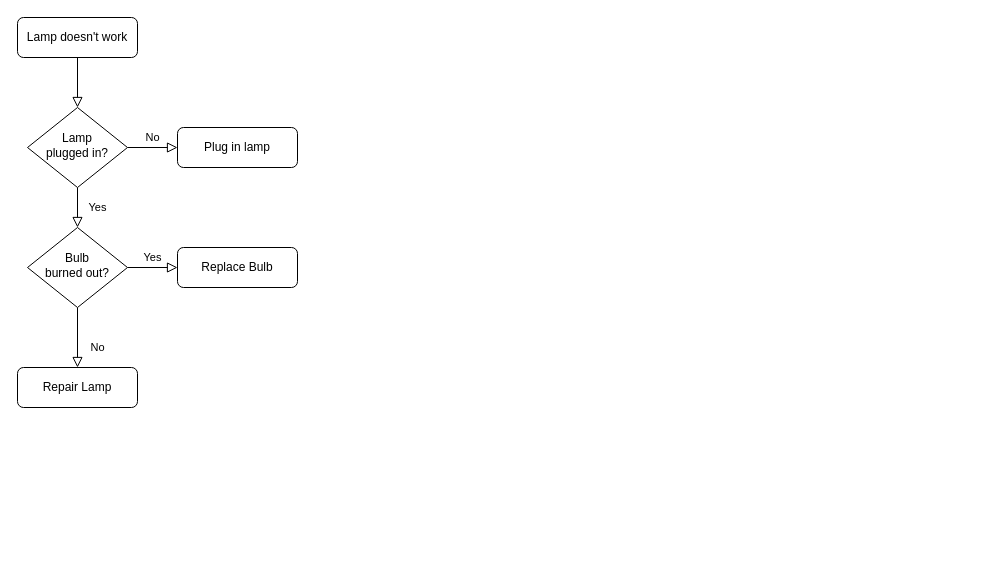
Earlier version of the draw.io diagram workflows1.drawio (nhanculesjr11/CSLTMM). Source tidied: cells renumbered, new cells numbered last; positions are measured from the earlier drawing's top-left corner, leaving out a move shared by most shapes. Both pictures are drawn from the tidied source at 100%, with x=0, y=0 at pixel (17, 17).
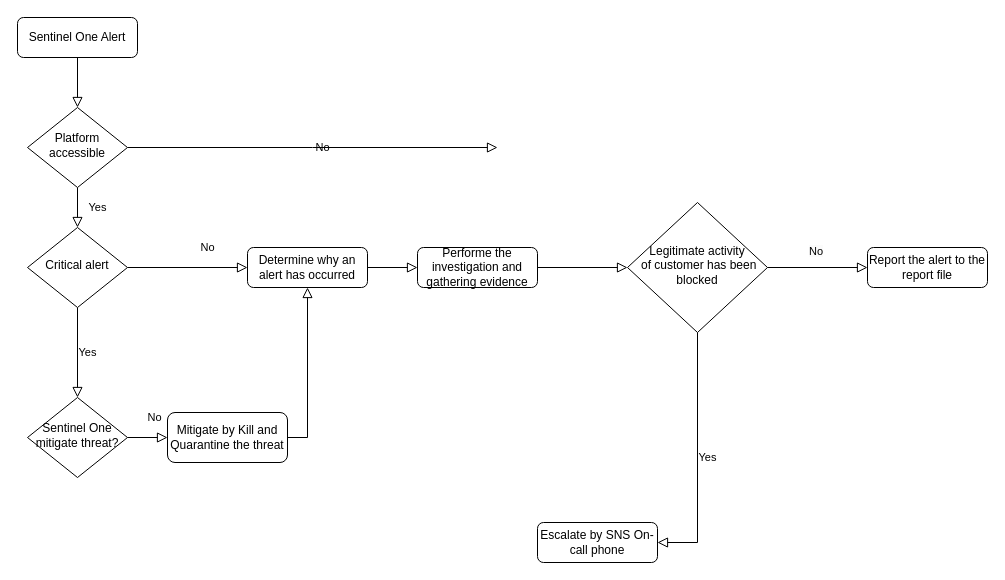
After the change.

What changed in the source:
```diff
@@
-    <mxCell id="3" value="Lamp doesn't work" style="rounded=1;whiteSpace=wrap;html=1;fontSize=12;glass=0;strokeWidth=1;shadow=0;" parent="1" vertex="1">
+    <mxCell id="3" value="Sentinel One Alert" style="rounded=1;whiteSpace=wrap;html=1;fontSize=12;glass=0;strokeWidth=1;shadow=0;" parent="1" vertex="1">
       <mxGeometry width="120" height="40" as="geometry" />
     </mxCell>
@@
-    <mxCell id="5" value="No" style="edgeStyle=orthogonalEdgeStyle;rounded=0;html=1;jettySize=auto;fontSize=11;endArrow=block;endFill=0;endSize=8;strokeWidth=1;shadow=0;labelBackgroundColor=none;" parent="1" edge="1" source="6" target="7">
-      <mxGeometry y="10" relative="1" as="geometry" />
+    <mxCell id="5" value="No" style="edgeStyle=orthogonalEdgeStyle;rounded=0;html=1;jettySize=auto;fontSize=11;endArrow=block;endFill=0;endSize=8;strokeWidth=1;shadow=0;labelBackgroundColor=none;" parent="1" edge="1" source="6">
+      <mxGeometry y="10" relative="1" as="geometry">
+        <mxPoint x="480" y="130" as="targetPoint" />
+      </mxGeometry>
     </mxCell>
-    <mxCell id="6" value="Lamp&lt;br&gt;plugged in?" style="rhombus;whiteSpace=wrap;html=1;shadow=0;fontFamily=Helvetica;fontSize=12;align=center;strokeWidth=1;spacing=6;spacingTop=-4;" parent="1" vertex="1">
+    <mxCell id="6" value="Platform accessible" style="rhombus;whiteSpace=wrap;html=1;shadow=0;fontFamily=Helvetica;fontSize=12;align=center;strokeWidth=1;spacing=6;spacingTop=-4;" parent="1" vertex="1">
       <mxGeometry x="10" y="90" width="100" height="80" as="geometry" />
     </mxCell>
-    <mxCell id="7" value="Plug in lamp" style="rounded=1;whiteSpace=wrap;html=1;fontSize=12;glass=0;strokeWidth=1;shadow=0;" parent="1" vertex="1">
-      <mxGeometry x="160" y="110" width="120" height="40" as="geometry" />
-    </mxCell>
-    <mxCell id="8" value="No" style="rounded=0;html=1;jettySize=auto;fontSize=11;endArrow=block;endFill=0;endSize=8;strokeWidth=1;shadow=0;labelBackgroundColor=none;edgeStyle=orthogonalEdgeStyle;" parent="1" edge="1" source="10" target="11">
+    <mxCell id="8" value="No" style="rounded=0;html=1;jettySize=auto;fontSize=11;endArrow=block;endFill=0;endSize=8;strokeWidth=1;shadow=0;labelBackgroundColor=none;edgeStyle=orthogonalEdgeStyle;entryX=0;entryY=0.5;entryDx=0;entryDy=0;" parent="1" edge="1" source="10" target="13">
       <mxGeometry x="0.33" y="20" relative="1" as="geometry" />
     </mxCell>
-    <mxCell id="9" value="Yes" style="edgeStyle=orthogonalEdgeStyle;rounded=0;html=1;jettySize=auto;fontSize=11;endArrow=block;endFill=0;endSize=8;strokeWidth=1;shadow=0;labelBackgroundColor=none;" parent="1" edge="1" source="10" target="12">
+    <mxCell id="9" value="Yes" style="edgeStyle=orthogonalEdgeStyle;rounded=0;html=1;jettySize=auto;fontSize=11;endArrow=block;endFill=0;endSize=8;strokeWidth=1;shadow=0;labelBackgroundColor=none;entryX=0.5;entryY=0;entryDx=0;entryDy=0;" parent="1" edge="1" source="10" target="21">
       <mxGeometry y="10" relative="1" as="geometry" />
     </mxCell>
-    <mxCell id="10" value="Bulb&lt;br&gt;burned out?" style="rhombus;whiteSpace=wrap;html=1;shadow=0;fontFamily=Helvetica;fontSize=12;align=center;strokeWidth=1;spacing=6;spacingTop=-4;" parent="1" vertex="1">
+    <mxCell id="10" value="Critical alert" style="rhombus;whiteSpace=wrap;html=1;shadow=0;fontFamily=Helvetica;fontSize=12;align=center;strokeWidth=1;spacing=6;spacingTop=-4;" parent="1" vertex="1">
       <mxGeometry x="10" y="210" width="100" height="80" as="geometry" />
     </mxCell>
-    <mxCell id="11" value="Repair Lamp" style="rounded=1;whiteSpace=wrap;html=1;fontSize=12;glass=0;strokeWidth=1;shadow=0;" parent="1" vertex="1">
-      <mxGeometry y="350" width="120" height="40" as="geometry" />
-    </mxCell>
-    <mxCell id="12" value="Replace Bulb" style="rounded=1;whiteSpace=wrap;html=1;fontSize=12;glass=0;strokeWidth=1;shadow=0;" parent="1" vertex="1">
-      <mxGeometry x="160" y="230" width="120" height="40" as="geometry" />
+    <mxCell id="12" value="Mitigate by Kill and Quarantine the threat" style="rounded=1;whiteSpace=wrap;html=1;fontSize=12;glass=0;strokeWidth=1;shadow=0;" parent="1" vertex="1">
+      <mxGeometry x="150" y="395" width="120" height="50" as="geometry" />
     </mxCell>
+    <mxCell id="13" value="Determine why an alert has occurred" style="rounded=1;whiteSpace=wrap;html=1;fontSize=12;glass=0;strokeWidth=1;shadow=0;" parent="1" vertex="1">
+      <mxGeometry x="230" y="230" width="120" height="40" as="geometry" />
+    </mxCell>
+    <mxCell id="14" value="Performe the investigation and gathering evidence" style="rounded=1;whiteSpace=wrap;html=1;fontSize=12;glass=0;strokeWidth=1;shadow=0;" parent="1" vertex="1">
+      <mxGeometry x="400" y="230" width="120" height="40" as="geometry" />
+    </mxCell>
+    <mxCell id="15" style="rounded=0;html=1;jettySize=auto;fontSize=11;endArrow=block;endFill=0;endSize=8;strokeWidth=1;shadow=0;labelBackgroundColor=none;edgeStyle=orthogonalEdgeStyle;entryX=0;entryY=0.5;entryDx=0;entryDy=0;exitX=1;exitY=0.5;exitDx=0;exitDy=0;" parent="1" edge="1" source="13" target="14">
+      <mxGeometry x="0.33" y="20" relative="1" as="geometry" />
+    </mxCell>
+    <mxCell id="16" value="Legitimate activity&lt;br&gt;&amp;nbsp;of customer has been blocked" style="rhombus;whiteSpace=wrap;html=1;shadow=0;fontFamily=Helvetica;fontSize=12;align=center;strokeWidth=1;spacing=6;spacingTop=-4;" parent="1" vertex="1">
+      <mxGeometry x="610" y="185" width="140" height="130" as="geometry" />
+    </mxCell>
+    <mxCell id="17" style="rounded=0;html=1;jettySize=auto;fontSize=11;endArrow=block;endFill=0;endSize=8;strokeWidth=1;shadow=0;labelBackgroundColor=none;edgeStyle=orthogonalEdgeStyle;entryX=0;entryY=0.5;entryDx=0;entryDy=0;exitX=1;exitY=0.5;exitDx=0;exitDy=0;" parent="1" edge="1" source="14" target="16">
+      <mxGeometry x="0.33" y="20" relative="1" as="geometry" />
+    </mxCell>
+    <mxCell id="18" value="Report the alert to the report file" style="rounded=1;whiteSpace=wrap;html=1;fontSize=12;glass=0;strokeWidth=1;shadow=0;" parent="1" vertex="1">
+      <mxGeometry x="850" y="230" width="120" height="40" as="geometry" />
+    </mxCell>
+    <mxCell id="19" style="rounded=0;html=1;jettySize=auto;fontSize=11;endArrow=block;endFill=0;endSize=8;strokeWidth=1;shadow=0;labelBackgroundColor=none;edgeStyle=orthogonalEdgeStyle;entryX=0;entryY=0.5;entryDx=0;entryDy=0;exitX=1;exitY=0.5;exitDx=0;exitDy=0;" parent="1" edge="1" source="16" target="18">
+      <mxGeometry x="0.33" y="20" relative="1" as="geometry" />
+    </mxCell>
+    <mxCell id="20" value="&lt;span style=&quot;color: rgb(0, 0, 0); font-family: Helvetica; font-size: 11px; font-style: normal; font-variant-ligatures: normal; font-variant-caps: normal; font-weight: 400; letter-spacing: normal; orphans: 2; text-align: center; text-indent: 0px; text-transform: none; widows: 2; word-spacing: 0px; -webkit-text-stroke-width: 0px; background-color: rgb(251, 251, 251); text-decoration-thickness: initial; text-decoration-style: initial; text-decoration-color: initial; float: none; display: inline !important;&quot;&gt;No&lt;/span&gt;" style="text;whiteSpace=wrap;html=1;" parent="1" vertex="1">
+      <mxGeometry x="790" y="220" width="50" height="40" as="geometry" />
+    </mxCell>
+    <mxCell id="21" value="Sentinel One mitigate threat?" style="rhombus;whiteSpace=wrap;html=1;shadow=0;fontFamily=Helvetica;fontSize=12;align=center;strokeWidth=1;spacing=6;spacingTop=-4;" parent="1" vertex="1">
+      <mxGeometry x="10" y="380" width="100" height="80" as="geometry" />
+    </mxCell>
+    <mxCell id="22" value="No" style="rounded=0;html=1;jettySize=auto;fontSize=11;endArrow=block;endFill=0;endSize=8;strokeWidth=1;shadow=0;labelBackgroundColor=none;edgeStyle=orthogonalEdgeStyle;entryX=0;entryY=0.5;entryDx=0;entryDy=0;exitX=1;exitY=0.5;exitDx=0;exitDy=0;" parent="1" edge="1" source="21" target="12">
+      <mxGeometry x="0.33" y="20" relative="1" as="geometry" />
+    </mxCell>
+    <mxCell id="23" style="rounded=0;html=1;jettySize=auto;fontSize=11;endArrow=block;endFill=0;endSize=8;strokeWidth=1;shadow=0;labelBackgroundColor=none;edgeStyle=orthogonalEdgeStyle;entryX=0.5;entryY=1;entryDx=0;entryDy=0;exitX=1;exitY=0.5;exitDx=0;exitDy=0;" parent="1" edge="1" source="12" target="13">
+      <mxGeometry x="0.33" y="20" relative="1" as="geometry" />
+    </mxCell>
+    <mxCell id="24" value="Yes" style="edgeStyle=orthogonalEdgeStyle;rounded=0;html=1;jettySize=auto;fontSize=11;endArrow=block;endFill=0;endSize=8;strokeWidth=1;shadow=0;labelBackgroundColor=none;exitX=0.5;exitY=1;exitDx=0;exitDy=0;entryX=1;entryY=0.5;entryDx=0;entryDy=0;" parent="1" edge="1" source="16" target="25">
+      <mxGeometry y="10" relative="1" as="geometry" />
+    </mxCell>
+    <mxCell id="25" value="Escalate by SNS On-call phone" style="rounded=1;whiteSpace=wrap;html=1;fontSize=12;glass=0;strokeWidth=1;shadow=0;" parent="1" vertex="1">
+      <mxGeometry x="520" y="505" width="120" height="40" as="geometry" />
+    </mxCell>
```
